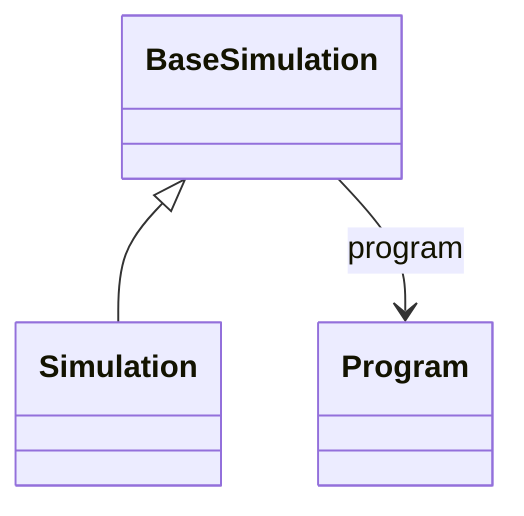
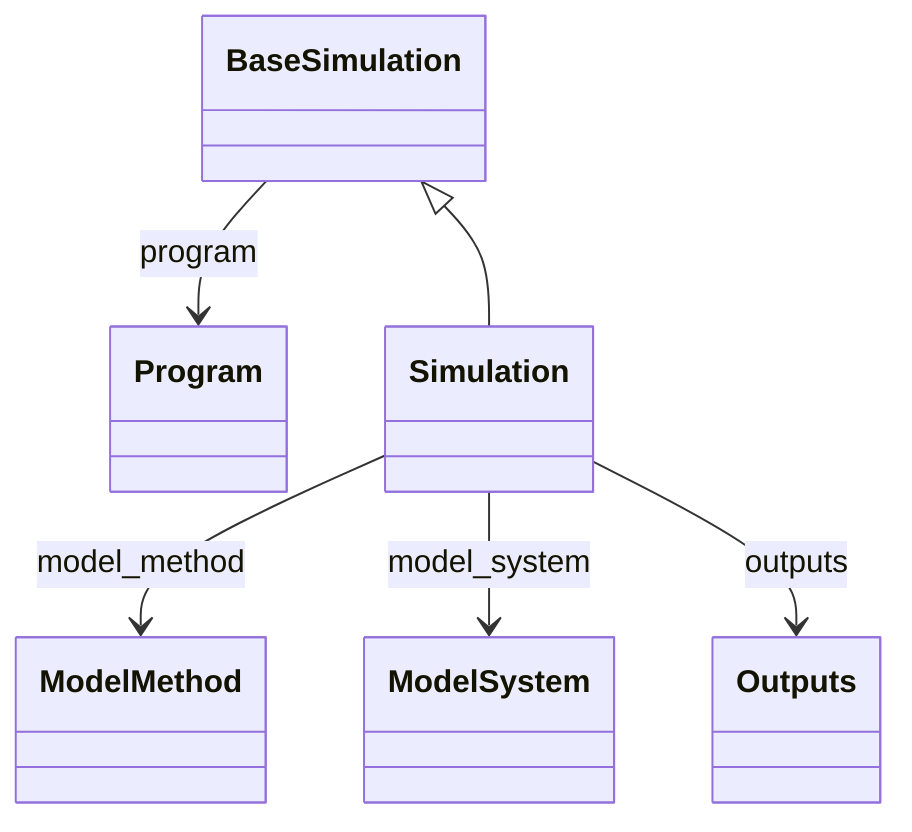
classDiagram
    class BaseSimulation
+     class ModelMethod
+     class ModelSystem
+     class Outputs
    class Program
    class Simulation
    BaseSimulation <|-- Simulation
    BaseSimulation --> Program : program
+     Simulation --> ModelMethod : model_method
+     Simulation --> ModelSystem : model_system
+     Simulation --> Outputs : outputs
